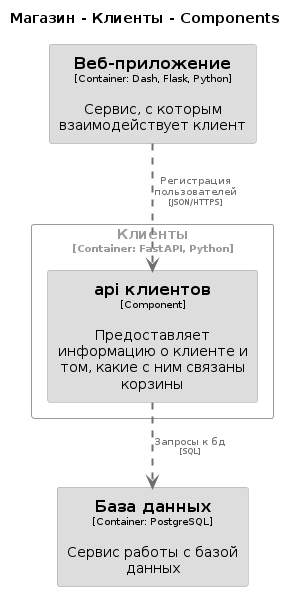
The PlantUML diagram lab1/export/User_component_diagram.png in Megict/architecture_tasks, before a commit. Its diagram source:
```plantuml
@startuml
set separator none
title Магазин - Клиенты - Components

top to bottom direction

skinparam {
  arrowFontSize 10
  defaultTextAlignment center
  wrapWidth 200
  maxMessageSize 100
}

hide stereotype

skinparam rectangle<<Магазин.Клиенты.apiклиентов>> {
  BackgroundColor #dddddd
  FontColor #000000
  BorderColor #9a9a9a
  shadowing false
}
skinparam rectangle<<Магазин.Базаданных>> {
  BackgroundColor #dddddd
  FontColor #000000
  BorderColor #9a9a9a
  shadowing false
}
skinparam rectangle<<Магазин.Вебприложение>> {
  BackgroundColor #dddddd
  FontColor #000000
  BorderColor #9a9a9a
  shadowing false
}
skinparam rectangle<<Магазин.Клиенты>> {
  BorderColor #9a9a9a
  FontColor #9a9a9a
  shadowing false
}

rectangle "==База данных\n<size:10>[Container: PostgreSQL]</size>\n\nСервис работы с базой данных" <<Магазин.Базаданных>> as Магазин.Базаданных
rectangle "==Веб-приложение\n<size:10>[Container: Dash, Flask, Python]</size>\n\nСервис, с которым взаимодействует клиент" <<Магазин.Вебприложение>> as Магазин.Вебприложение

rectangle "Клиенты\n<size:10>[Container: FastAPI, Python]</size>" <<Магазин.Клиенты>> {
  rectangle "==api клиентов\n<size:10>[Component]</size>\n\nПредоставляет информацию о клиенте и том, какие с ним связаны корзины" <<Магазин.Клиенты.apiклиентов>> as Магазин.Клиенты.apiклиентов
}

Магазин.Вебприложение .[#707070,thickness=2].> Магазин.Клиенты.apiклиентов : "<color:#707070>Регистрация пользователей\n<color:#707070><size:8>[JSON/HTTPS]</size>"
Магазин.Клиенты.apiклиентов .[#707070,thickness=2].> Магазин.Базаданных : "<color:#707070>Запросы к бд\n<color:#707070><size:8>[SQL]</size>"
@enduml
```
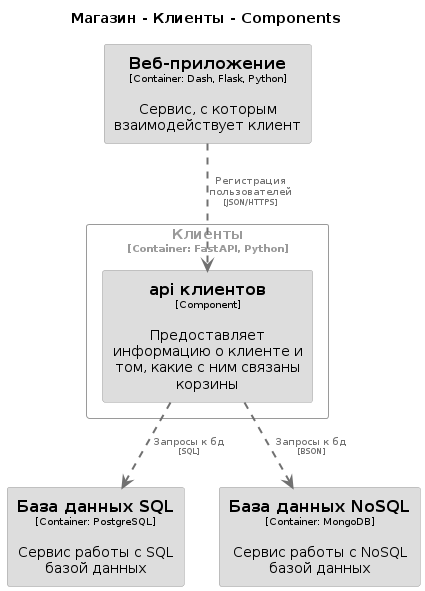
After the commit.

Diff of the diagram source:
```diff
@@ -19,7 +19,13 @@
   BorderColor #9a9a9a
   shadowing false
 }
-skinparam rectangle<<Магазин.Базаданных>> {
+skinparam rectangle<<Магазин.БазаданныхNoSQL>> {
+  BackgroundColor #dddddd
+  FontColor #000000
+  BorderColor #9a9a9a
+  shadowing false
+}
+skinparam rectangle<<Магазин.БазаданныхSQL>> {
   BackgroundColor #dddddd
   FontColor #000000
   BorderColor #9a9a9a
@@ -37,7 +43,8 @@
   shadowing false
 }
 
-rectangle "==База данных\n<size:10>[Container: PostgreSQL]</size>\n\nСервис работы с базой данных" <<Магазин.Базаданных>> as Магазин.Базаданных
+rectangle "==База данных SQL\n<size:10>[Container: PostgreSQL]</size>\n\nСервис работы с SQL базой данных" <<Магазин.БазаданныхSQL>> as Магазин.БазаданныхSQL
+rectangle "==База данных NoSQL\n<size:10>[Container: MongoDB]</size>\n\nСервис работы с NoSQL базой данных" <<Магазин.БазаданныхNoSQL>> as Магазин.БазаданныхNoSQL
 rectangle "==Веб-приложение\n<size:10>[Container: Dash, Flask, Python]</size>\n\nСервис, с которым взаимодействует клиент" <<Магазин.Вебприложение>> as Магазин.Вебприложение
 
 rectangle "Клиенты\n<size:10>[Container: FastAPI, Python]</size>" <<Магазин.Клиенты>> {
@@ -45,5 +52,6 @@
 }
 
 Магазин.Вебприложение .[#707070,thickness=2].> Магазин.Клиенты.apiклиентов : "<color:#707070>Регистрация пользователей\n<color:#707070><size:8>[JSON/HTTPS]</size>"
-Магазин.Клиенты.apiклиентов .[#707070,thickness=2].> Магазин.Базаданных : "<color:#707070>Запросы к бд\n<color:#707070><size:8>[SQL]</size>"
+Магазин.Клиенты.apiклиентов .[#707070,thickness=2].> Магазин.БазаданныхSQL : "<color:#707070>Запросы к бд\n<color:#707070><size:8>[SQL]</size>"
+Магазин.Клиенты.apiклиентов .[#707070,thickness=2].> Магазин.БазаданныхNoSQL : "<color:#707070>Запросы к бд\n<color:#707070><size:8>[BSON]</size>"
 @enduml
```
